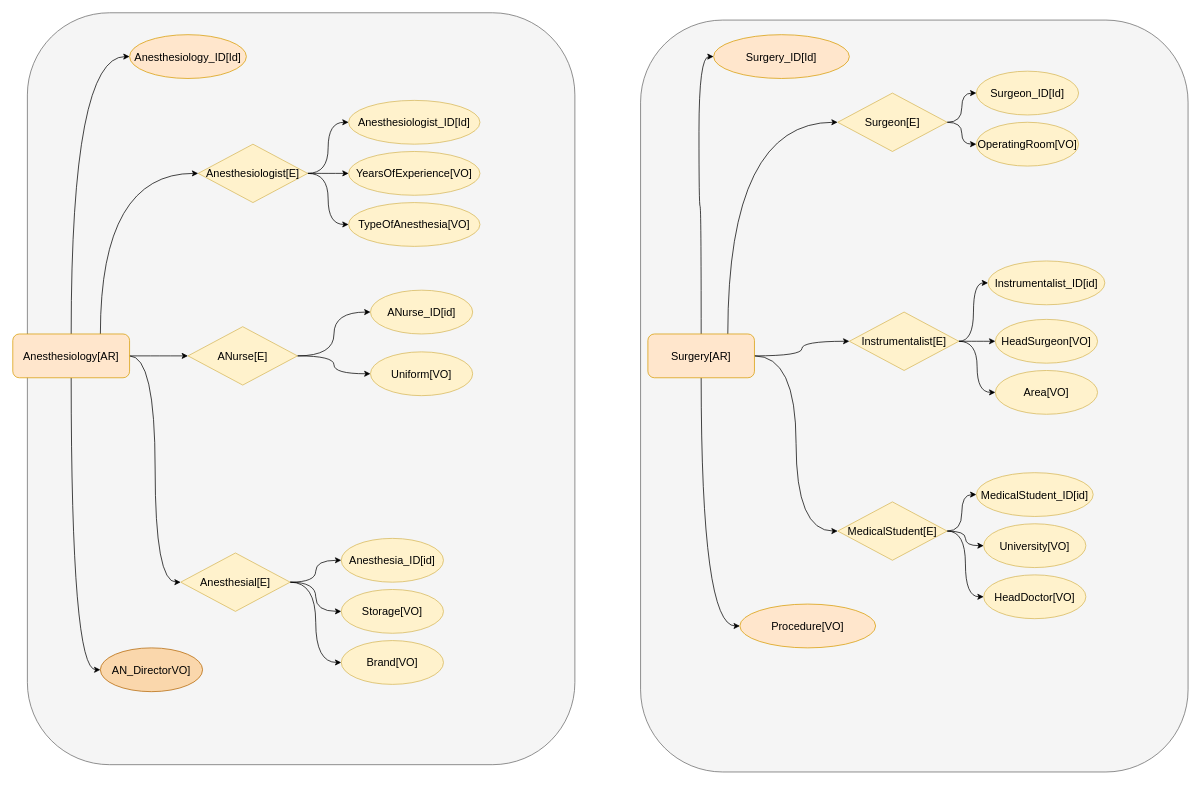
Above: page "Sub-Domain" (2 of 4) of model.drawio in shermaes/hospital-ddd (draw.io), before the change. Source tidied: cells renumbered, new cells numbered last; positions are measured from the earlier drawing's top-left corner, leaving out a move shared by most shapes. Both pictures are drawn from the tidied source at 73%, with x=0, y=0 at pixel (12, 12).
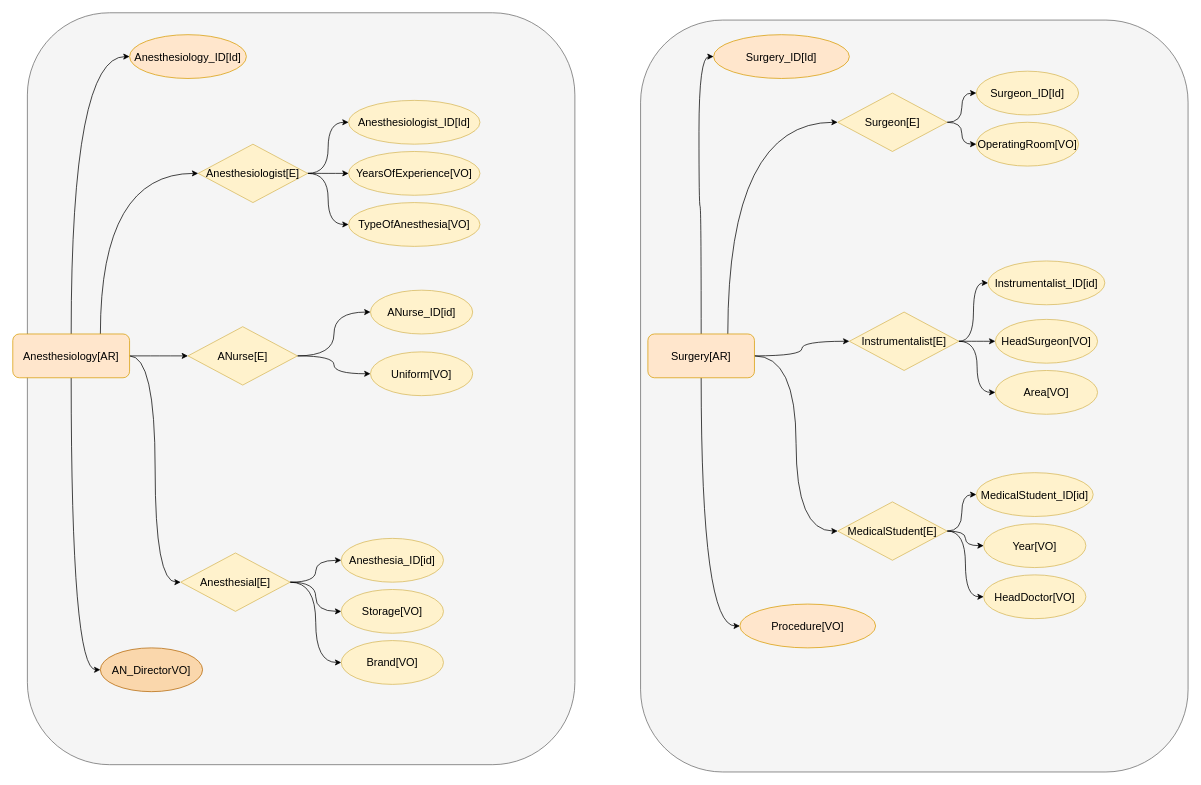
The same page after the edit.

Diff of the diagram source:
```diff
@@
-    <mxCell id="51" value="University[VO]" style="ellipse;whiteSpace=wrap;html=1;fontSize=15;fillColor=#fff2cc;strokeColor=#d6b656;" parent="1" vertex="1">
+    <mxCell id="51" value="Year[VO]" style="ellipse;whiteSpace=wrap;html=1;fontSize=15;fillColor=#fff2cc;strokeColor=#d6b656;" parent="1" vertex="1">
       <mxGeometry x="1330" y="700" width="140" height="60" as="geometry" />
     </mxCell>
```
